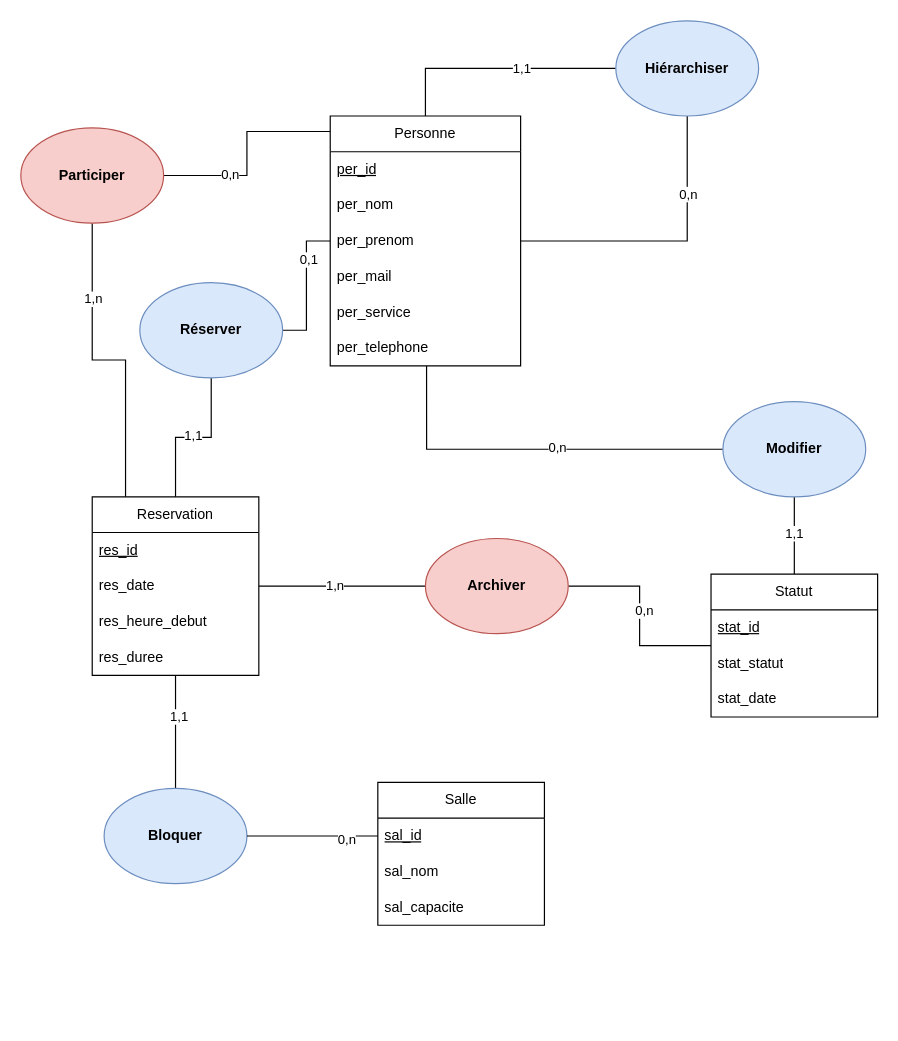
Earlier version of the draw.io diagram MCD_Reservation_Salle.drawio (Mzk-Ali/EXO_M2I_MERISE). Source tidied: cells renumbered, new cells numbered last; positions are measured from the earlier drawing's top-left corner, leaving out a move shared by most shapes. Both pictures are drawn from the tidied source at 119%, with x=0, y=0 at pixel (20, 20).
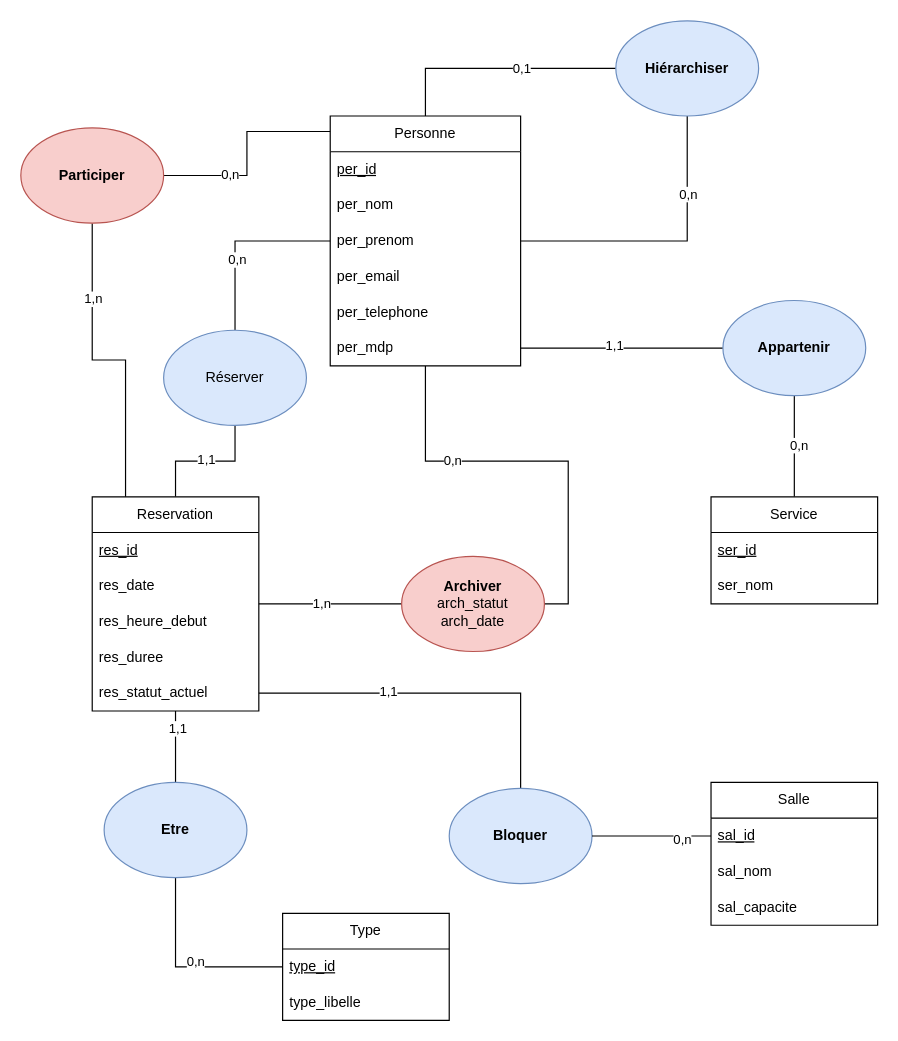
After the change.

Commit message:
Mettre à jour MCD_Reservation_Salle.drawio

The change refers to these unchanged cells:
```xml
<mxCell id="19" style="edgeStyle=orthogonalEdgeStyle;rounded=0;jettySize=auto;html=1;entryX=0;entryY=0.5;entryDx=0;entryDy=0;exitX=0.5;exitY=0;exitDx=0;exitDy=0;endArrow=none;startFill=0;" parent="1" edge="1" source="27" target="34">
  <mxGeometry relative="1" as="geometry" />
</mxCell>
<mxCell id="21" style="edgeStyle=orthogonalEdgeStyle;rounded=0;jettySize=auto;html=1;entryX=1;entryY=0.5;entryDx=0;entryDy=0;endArrow=none;startFill=0;" parent="1" edge="1" source="27" target="37">
  <mxGeometry relative="1" as="geometry" />
</mxCell>
<mxCell id="27" value="Personne" style="swimlane;fontStyle=0;horizontal=1;startSize=30;whiteSpace=wrap;html=1;" parent="1" vertex="1">
  <mxGeometry x="260" y="80" width="160" height="210" as="geometry" />
</mxCell>
```

Diff of the diagram source:
```diff
@@
     <mxCell id="2" value="Salle" style="swimlane;fontStyle=0;horizontal=1;startSize=30;whiteSpace=wrap;html=1;" parent="1" vertex="1">
-      <mxGeometry x="300" y="640" width="140" height="120" as="geometry" />
+      <mxGeometry x="580" y="640" width="140" height="120" as="geometry" />
     </mxCell>
@@
-    <mxCell id="6" style="edgeStyle=orthogonalEdgeStyle;rounded=0;jettySize=auto;html=1;entryX=0;entryY=0.5;entryDx=0;entryDy=0;endArrow=none;startFill=0;" parent="1" edge="1" source="12" target="47">
-      <mxGeometry relative="1" as="geometry" />
-    </mxCell>
-    <mxCell id="7" value="1,n" style="edgeLabel;html=1;align=center;verticalAlign=middle;" parent="6" vertex="1">
-      <mxGeometry x="-0.1" y="1" relative="1" as="geometry" />
-    </mxCell>
-    <mxCell id="8" style="edgeStyle=orthogonalEdgeStyle;rounded=0;jettySize=auto;html=1;entryX=0.5;entryY=0;entryDx=0;entryDy=0;endArrow=none;startFill=0;" parent="1" edge="1" source="12" target="48">
+    <mxCell id="8" style="edgeStyle=orthogonalEdgeStyle;rounded=0;jettySize=auto;html=1;entryX=0.5;entryY=0;entryDx=0;entryDy=0;endArrow=none;startFill=0;exitX=1;exitY=0.5;exitDx=0;exitDy=0;" parent="1" edge="1" source="57" target="48">
       <mxGeometry relative="1" as="geometry" />
     </mxCell>
@@
+    <mxCell id="52" style="edgeStyle=orthogonalEdgeStyle;rounded=0;jettySize=auto;html=1;entryX=0;entryY=0.5;entryDx=0;entryDy=0;endArrow=none;startFill=0;" parent="1" edge="1" source="12" target="37">
+      <mxGeometry relative="1" as="geometry" />
+    </mxCell>
+    <mxCell id="7" value="1,n" style="edgeLabel;html=1;align=center;verticalAlign=middle;" parent="52" vertex="1">
+      <mxGeometry x="-0.13" y="1" relative="1" as="geometry" />
+    </mxCell>
+    <mxCell id="53" style="edgeStyle=orthogonalEdgeStyle;rounded=0;jettySize=auto;html=1;entryX=0.5;entryY=1;entryDx=0;entryDy=0;endArrow=none;startFill=0;" parent="1" edge="1" source="12" target="63">
+      <mxGeometry relative="1" as="geometry" />
+    </mxCell>
+    <mxCell id="54" value="1,1" style="edgeLabel;html=1;align=center;verticalAlign=middle;" parent="53" vertex="1">
+      <mxGeometry y="2" relative="1" as="geometry" />
+    </mxCell>
+    <mxCell id="55" style="edgeStyle=orthogonalEdgeStyle;rounded=0;jettySize=auto;html=1;entryX=0.5;entryY=0;entryDx=0;entryDy=0;endArrow=none;startFill=0;" parent="1" edge="1" source="12" target="69">
+      <mxGeometry relative="1" as="geometry" />
+    </mxCell>
+    <mxCell id="56" value="1,1" style="edgeLabel;html=1;align=center;verticalAlign=middle;" parent="55" vertex="1">
+      <mxGeometry x="-0.53" y="1" relative="1" as="geometry" />
+    </mxCell>
     <mxCell id="12" value="Reservation" style="swimlane;fontStyle=0;horizontal=1;startSize=30;whiteSpace=wrap;html=1;" parent="1" vertex="1">
-      <mxGeometry x="60" y="400" width="140" height="150" as="geometry" />
+      <mxGeometry x="60" y="400" width="140" height="180" as="geometry" />
     </mxCell>
@@
+    <mxCell id="57" value="res_statut_actuel" style="text;strokeColor=none;fillColor=none;align=left;verticalAlign=middle;spacingLeft=4;spacingRight=4;overflow=hidden;points=[[0,0.5],[1,0.5]];portConstraint=eastwest;whiteSpace=wrap;html=1;" parent="12" vertex="1">
+      <mxGeometry y="150" width="140" height="30" as="geometry" />
+    </mxCell>
@@
-    <mxCell id="20" value="1,1" style="edgeLabel;html=1;align=center;verticalAlign=middle;" parent="19" vertex="1">
+    <mxCell id="20" value="0,1" style="edgeLabel;html=1;align=center;verticalAlign=middle;" parent="19" vertex="1">
       <mxGeometry x="0.2" y="1" relative="1" as="geometry" />
     </mxCell>
@@
-    <mxCell id="22" value="0,1" style="edgeLabel;html=1;align=center;verticalAlign=middle;" parent="21" vertex="1">
+    <mxCell id="22" value="0,n" style="edgeLabel;html=1;align=center;verticalAlign=middle;" parent="21" vertex="1">
       <mxGeometry x="-0.4" y="1" relative="1" as="geometry" />
     </mxCell>
-    <mxCell id="23" style="edgeStyle=orthogonalEdgeStyle;rounded=0;jettySize=auto;html=1;entryX=0;entryY=0.5;entryDx=0;entryDy=0;exitX=0.506;exitY=1;exitDx=0;exitDy=0;exitPerimeter=0;endArrow=none;startFill=0;" parent="1" edge="1" source="33" target="46">
-      <mxGeometry relative="1" as="geometry" />
-    </mxCell>
-    <mxCell id="24" value="0,n" style="edgeLabel;html=1;align=center;verticalAlign=middle;" parent="23" vertex="1">
-      <mxGeometry x="0.13" y="2" relative="1" as="geometry" />
-    </mxCell>
@@
+    <mxCell id="58" style="edgeStyle=orthogonalEdgeStyle;rounded=0;jettySize=auto;html=1;entryX=0.5;entryY=0;entryDx=0;entryDy=0;endArrow=none;startFill=0;" parent="1" edge="1" source="27" target="63">
+      <mxGeometry relative="1" as="geometry" />
+    </mxCell>
+    <mxCell id="59" value="0,n" style="edgeLabel;html=1;align=center;verticalAlign=middle;" parent="58" vertex="1">
+      <mxGeometry x="0.23" y="1" relative="1" as="geometry" />
+    </mxCell>
+    <mxCell id="60" style="edgeStyle=orthogonalEdgeStyle;rounded=0;jettySize=auto;html=1;entryX=0;entryY=0.5;entryDx=0;entryDy=0;exitX=1;exitY=0.5;exitDx=0;exitDy=0;endArrow=none;startFill=0;" parent="1" edge="1" source="62" target="75">
+      <mxGeometry relative="1" as="geometry" />
+    </mxCell>
+    <mxCell id="61" value="1,1" style="edgeLabel;html=1;align=center;verticalAlign=middle;" parent="60" vertex="1">
+      <mxGeometry x="-0.08" y="3" relative="1" as="geometry" />
+    </mxCell>
@@
-    <mxCell id="31" value="per_mail" style="text;strokeColor=none;fillColor=none;align=left;verticalAlign=middle;spacingLeft=4;spacingRight=4;overflow=hidden;whiteSpace=wrap;html=1;" parent="27" vertex="1">
+    <mxCell id="31" value="per_email" style="text;strokeColor=none;fillColor=none;align=left;verticalAlign=middle;spacingLeft=4;spacingRight=4;overflow=hidden;whiteSpace=wrap;html=1;" parent="27" vertex="1">
       <mxGeometry y="120" width="160" height="30" as="geometry" />
     </mxCell>
-    <mxCell id="32" value="per_service" style="text;strokeColor=none;fillColor=none;align=left;verticalAlign=middle;spacingLeft=4;spacingRight=4;overflow=hidden;whiteSpace=wrap;html=1;" parent="27" vertex="1">
-      <mxGeometry y="150" width="160" height="30" as="geometry" />
-    </mxCell>
     <mxCell id="33" value="per_telephone" style="text;strokeColor=none;fillColor=none;align=left;verticalAlign=middle;spacingLeft=4;spacingRight=4;overflow=hidden;points=[[0,0.5],[1,0.5]];portConstraint=eastwest;whiteSpace=wrap;html=1;" parent="27" vertex="1">
-      <mxGeometry y="180" width="160" height="30" as="geometry" />
+      <mxGeometry y="150" width="160" height="30" as="geometry" />
     </mxCell>
+    <mxCell id="62" value="per_mdp" style="text;strokeColor=none;fillColor=none;align=left;verticalAlign=middle;spacingLeft=4;spacingRight=4;overflow=hidden;points=[[0,0.5],[1,0.5]];portConstraint=eastwest;whiteSpace=wrap;html=1;" parent="27" vertex="1">
+      <mxGeometry y="180" width="160" height="30" as="geometry" />
+    </mxCell>
@@
-    <mxCell id="35" style="edgeStyle=orthogonalEdgeStyle;rounded=0;jettySize=auto;html=1;entryX=0.5;entryY=0;entryDx=0;entryDy=0;endArrow=none;startFill=0;" parent="1" edge="1" source="37" target="12">
-      <mxGeometry relative="1" as="geometry" />
-    </mxCell>
-    <mxCell id="36" value="1,1" style="edgeLabel;html=1;align=center;verticalAlign=middle;" parent="35" vertex="1">
-      <mxGeometry x="0.01" y="-2" relative="1" as="geometry" />
-    </mxCell>
-    <mxCell id="37" value="&lt;b&gt;Réserver&lt;/b&gt;" style="ellipse;whiteSpace=wrap;html=1;fillColor=#dae8fc;strokeColor=#6c8ebf;" parent="1" vertex="1">
-      <mxGeometry x="100" y="220" width="120" height="80" as="geometry" />
+    <mxCell id="37" value="&lt;b&gt;Archiver&lt;/b&gt;&lt;div&gt;arch_statut&lt;/div&gt;&lt;div&gt;arch_date&lt;/div&gt;" style="ellipse;whiteSpace=wrap;html=1;fillColor=#f8cecc;strokeColor=#b85450;" parent="1" vertex="1">
+      <mxGeometry x="320" y="450" width="120" height="80" as="geometry" />
     </mxCell>
-    <mxCell id="38" style="edgeStyle=orthogonalEdgeStyle;rounded=0;jettySize=auto;html=1;entryX=0.5;entryY=1;entryDx=0;entryDy=0;endArrow=none;startFill=0;" parent="1" edge="1" source="42" target="46">
-      <mxGeometry relative="1" as="geometry" />
-    </mxCell>
-    <mxCell id="39" value="1,1" style="edgeLabel;html=1;align=center;verticalAlign=middle;" parent="38" vertex="1">
-      <mxGeometry x="0.08" y="1" relative="1" as="geometry" />
-    </mxCell>
-    <mxCell id="40" style="edgeStyle=orthogonalEdgeStyle;rounded=0;jettySize=auto;html=1;entryX=1;entryY=0.5;entryDx=0;entryDy=0;endArrow=none;startFill=0;" parent="1" edge="1" source="42" target="47">
-      <mxGeometry relative="1" as="geometry" />
-    </mxCell>
-    <mxCell id="41" value="0,n" style="edgeLabel;html=1;align=center;verticalAlign=middle;" parent="40" vertex="1">
-      <mxGeometry x="0.06" y="-3" relative="1" as="geometry" />
-    </mxCell>
-    <mxCell id="42" value="Statut" style="swimlane;fontStyle=0;horizontal=1;startSize=30;whiteSpace=wrap;html=1;" parent="1" vertex="1">
-      <mxGeometry x="580" y="465" width="140" height="120" as="geometry" />
-    </mxCell>
-    <mxCell id="43" value="&lt;u&gt;stat_id&lt;/u&gt;" style="text;strokeColor=none;fillColor=none;align=left;verticalAlign=middle;spacingLeft=4;spacingRight=4;overflow=hidden;whiteSpace=wrap;html=1;" parent="42" vertex="1">
-      <mxGeometry y="30" width="140" height="30" as="geometry" />
-    </mxCell>
-    <mxCell id="44" value="stat_statut" style="text;strokeColor=none;fillColor=none;align=left;verticalAlign=middle;spacingLeft=4;spacingRight=4;overflow=hidden;whiteSpace=wrap;html=1;" parent="42" vertex="1">
-      <mxGeometry y="60" width="140" height="30" as="geometry" />
-    </mxCell>
-    <mxCell id="45" value="stat_date" style="text;strokeColor=none;fillColor=none;align=left;verticalAlign=middle;spacingLeft=4;spacingRight=4;overflow=hidden;whiteSpace=wrap;html=1;" parent="42" vertex="1">
-      <mxGeometry y="90" width="140" height="30" as="geometry" />
-    </mxCell>
-    <mxCell id="46" value="&lt;b&gt;Modifier&lt;/b&gt;" style="ellipse;whiteSpace=wrap;html=1;fillColor=#dae8fc;strokeColor=#6c8ebf;" parent="1" vertex="1">
-      <mxGeometry x="590" y="320" width="120" height="80" as="geometry" />
-    </mxCell>
-    <mxCell id="47" value="&lt;b&gt;Archiver&lt;/b&gt;" style="ellipse;whiteSpace=wrap;html=1;fillColor=#f8cecc;strokeColor=#b85450;" parent="1" vertex="1">
-      <mxGeometry x="340" y="435" width="120" height="80" as="geometry" />
-    </mxCell>
     <mxCell id="48" value="&lt;b&gt;Bloquer&lt;/b&gt;" style="ellipse;whiteSpace=wrap;html=1;fillColor=#dae8fc;strokeColor=#6c8ebf;" parent="1" vertex="1">
-      <mxGeometry x="70" y="645" width="120" height="80" as="geometry" />
+      <mxGeometry x="360" y="645" width="120" height="80" as="geometry" />
     </mxCell>
@@
+    <mxCell id="63" value="Réserver" style="ellipse;whiteSpace=wrap;html=1;fillColor=#dae8fc;strokeColor=#6c8ebf;" parent="1" vertex="1">
+      <mxGeometry x="120" y="260" width="120" height="80" as="geometry" />
+    </mxCell>
+    <mxCell id="64" style="edgeStyle=orthogonalEdgeStyle;rounded=0;jettySize=auto;html=1;entryX=0.5;entryY=1;entryDx=0;entryDy=0;endArrow=none;startFill=0;" parent="1" edge="1" source="66" target="69">
+      <mxGeometry relative="1" as="geometry" />
+    </mxCell>
+    <mxCell id="65" value="0,n" style="edgeLabel;html=1;align=center;verticalAlign=middle;" parent="64" vertex="1">
+      <mxGeometry x="-0.1" y="-5" relative="1" as="geometry" />
+    </mxCell>
+    <mxCell id="66" value="Type" style="swimlane;fontStyle=0;horizontal=1;startSize=30;whiteSpace=wrap;html=1;" parent="1" vertex="1">
+      <mxGeometry x="220" y="750" width="140" height="90" as="geometry" />
+    </mxCell>
+    <mxCell id="67" value="&lt;u&gt;type_id&lt;/u&gt;" style="text;strokeColor=none;fillColor=none;align=left;verticalAlign=middle;spacingLeft=4;spacingRight=4;overflow=hidden;whiteSpace=wrap;html=1;" parent="66" vertex="1">
+      <mxGeometry y="30" width="140" height="30" as="geometry" />
+    </mxCell>
+    <mxCell id="68" value="type_libelle" style="text;strokeColor=none;fillColor=none;align=left;verticalAlign=middle;spacingLeft=4;spacingRight=4;overflow=hidden;whiteSpace=wrap;html=1;" parent="66" vertex="1">
+      <mxGeometry y="60" width="140" height="30" as="geometry" />
+    </mxCell>
+    <mxCell id="69" value="&lt;b&gt;Etre&lt;/b&gt;" style="ellipse;whiteSpace=wrap;html=1;fillColor=#dae8fc;strokeColor=#6c8ebf;" parent="1" vertex="1">
+      <mxGeometry x="70" y="640" width="120" height="80" as="geometry" />
+    </mxCell>
+    <mxCell id="70" style="edgeStyle=orthogonalEdgeStyle;rounded=0;jettySize=auto;html=1;entryX=0.5;entryY=1;entryDx=0;entryDy=0;endArrow=none;startFill=0;" parent="1" edge="1" source="72" target="75">
+      <mxGeometry relative="1" as="geometry" />
+    </mxCell>
+    <mxCell id="71" value="0,n" style="edgeLabel;html=1;align=center;verticalAlign=middle;" parent="70" vertex="1">
+      <mxGeometry x="0.04" y="-3" relative="1" as="geometry" />
+    </mxCell>
+    <mxCell id="72" value="Service" style="swimlane;fontStyle=0;horizontal=1;startSize=30;whiteSpace=wrap;html=1;" parent="1" vertex="1">
+      <mxGeometry x="580" y="400" width="140" height="90" as="geometry" />
+    </mxCell>
+    <mxCell id="73" value="&lt;u&gt;ser_id&lt;/u&gt;" style="text;strokeColor=none;fillColor=none;align=left;verticalAlign=middle;spacingLeft=4;spacingRight=4;overflow=hidden;whiteSpace=wrap;html=1;" parent="72" vertex="1">
+      <mxGeometry y="30" width="140" height="30" as="geometry" />
+    </mxCell>
+    <mxCell id="74" value="ser_nom" style="text;strokeColor=none;fillColor=none;align=left;verticalAlign=middle;spacingLeft=4;spacingRight=4;overflow=hidden;whiteSpace=wrap;html=1;" parent="72" vertex="1">
+      <mxGeometry y="60" width="140" height="30" as="geometry" />
+    </mxCell>
+    <mxCell id="75" value="&lt;b&gt;Appartenir&lt;/b&gt;" style="ellipse;whiteSpace=wrap;html=1;fillColor=#dae8fc;strokeColor=#6c8ebf;" parent="1" vertex="1">
+      <mxGeometry x="590" y="235" width="120" height="80" as="geometry" />
+    </mxCell>
```
